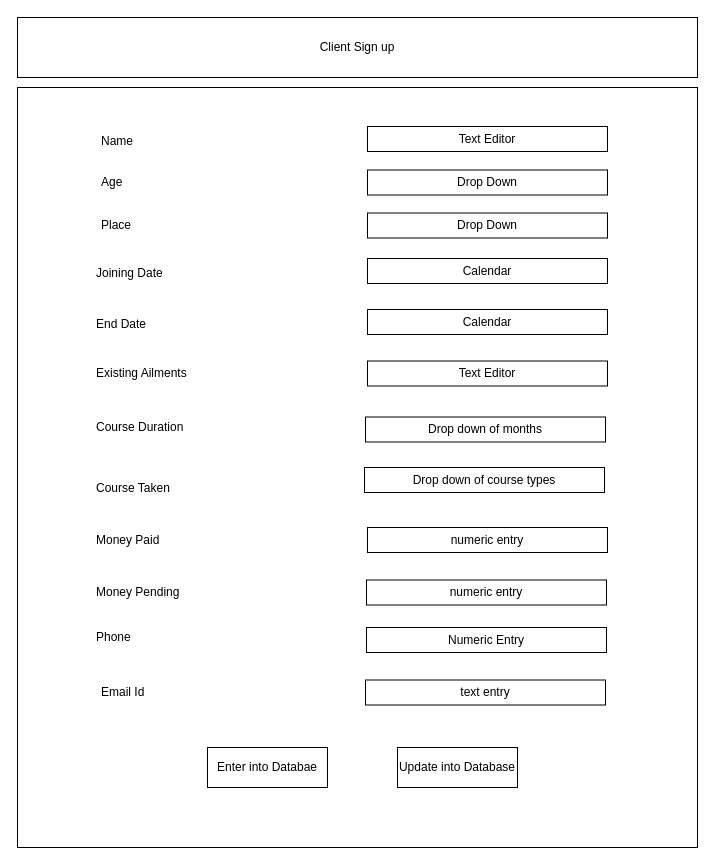
The draw.io diagram ClientEntry.drawio in codepks/YogaAttendanceApp, before the edit. Source tidied: cells renumbered, new cells numbered last; positions are measured from the earlier drawing's top-left corner, leaving out a move shared by most shapes. Both pictures are drawn from the tidied source at 100%, with x=0, y=0 at pixel (17, 17).
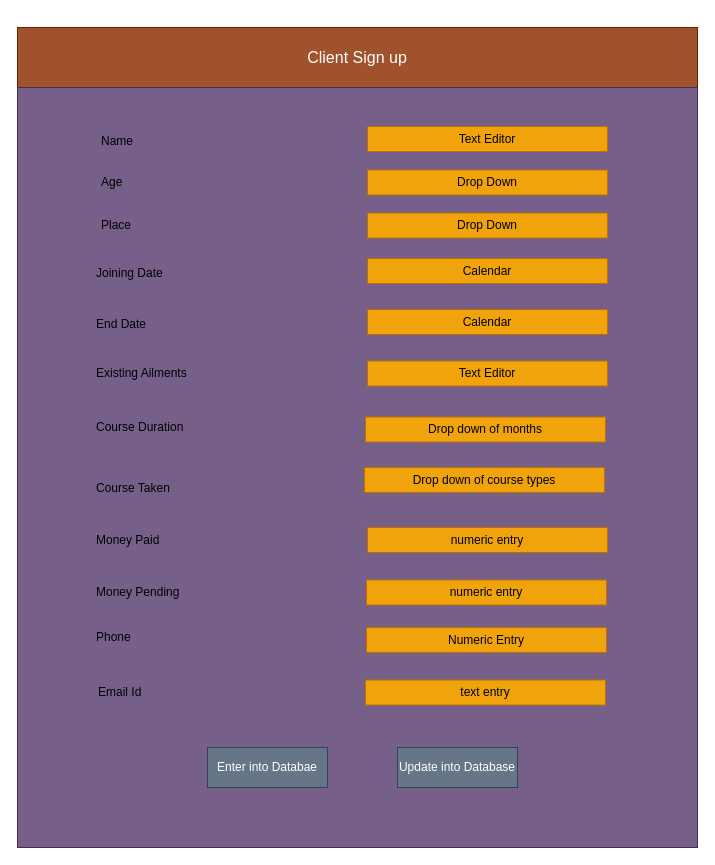
After the change.

What changed in the source:
```diff
@@
-    <mxCell id="2" value="Client Sign up" style="rounded=0;whiteSpace=wrap;html=1;" parent="1" vertex="1">
-      <mxGeometry width="680" height="60" as="geometry" />
+    <mxCell id="2" value="&lt;font style=&quot;font-size: 16px;&quot;&gt;Client Sign up&lt;/font&gt;" style="rounded=0;whiteSpace=wrap;html=1;fillColor=#a0522d;fontColor=#ffffff;strokeColor=#6D1F00;" parent="1" vertex="1">
+      <mxGeometry y="10" width="680" height="60" as="geometry" />
     </mxCell>
-    <mxCell id="3" style="rounded=0;whiteSpace=wrap;html=1;" parent="1" vertex="1">
+    <mxCell id="3" style="rounded=0;whiteSpace=wrap;html=1;fillColor=#76608a;fontColor=#ffffff;strokeColor=#432D57;" parent="1" vertex="1">
       <mxGeometry y="70" width="680" height="760" as="geometry" />
     </mxCell>
@@
-    <mxCell id="14" value="Text Editor" style="rounded=0;whiteSpace=wrap;html=1;" parent="1" vertex="1">
+    <mxCell id="14" value="Text Editor" style="rounded=0;whiteSpace=wrap;html=1;fillColor=#f0a30a;fontColor=#000000;strokeColor=#BD7000;" parent="1" vertex="1">
       <mxGeometry x="350" y="109" width="240" height="25" as="geometry" />
     </mxCell>
-    <mxCell id="15" value="Drop Down" style="rounded=0;whiteSpace=wrap;html=1;" parent="1" vertex="1">
+    <mxCell id="15" value="Drop Down" style="rounded=0;whiteSpace=wrap;html=1;fillColor=#f0a30a;fontColor=#000000;strokeColor=#BD7000;" parent="1" vertex="1">
       <mxGeometry x="350" y="195.5" width="240" height="25" as="geometry" />
     </mxCell>
-    <mxCell id="16" value="Drop Down" style="rounded=0;whiteSpace=wrap;html=1;" parent="1" vertex="1">
+    <mxCell id="16" value="Drop Down" style="rounded=0;whiteSpace=wrap;html=1;fillColor=#f0a30a;fontColor=#000000;strokeColor=#BD7000;" parent="1" vertex="1">
       <mxGeometry x="350" y="152.5" width="240" height="25" as="geometry" />
     </mxCell>
-    <mxCell id="17" value="Calendar" style="rounded=0;whiteSpace=wrap;html=1;" parent="1" vertex="1">
+    <mxCell id="17" value="Calendar" style="rounded=0;whiteSpace=wrap;html=1;fillColor=#f0a30a;fontColor=#000000;strokeColor=#BD7000;" parent="1" vertex="1">
       <mxGeometry x="350" y="241" width="240" height="25" as="geometry" />
     </mxCell>
-    <mxCell id="18" value="Calendar" style="rounded=0;whiteSpace=wrap;html=1;" parent="1" vertex="1">
+    <mxCell id="18" value="Calendar" style="rounded=0;whiteSpace=wrap;html=1;fillColor=#f0a30a;fontColor=#000000;strokeColor=#BD7000;" parent="1" vertex="1">
       <mxGeometry x="350" y="292" width="240" height="25" as="geometry" />
     </mxCell>
-    <mxCell id="19" value="Text Editor" style="rounded=0;whiteSpace=wrap;html=1;" parent="1" vertex="1">
+    <mxCell id="19" value="Text Editor" style="rounded=0;whiteSpace=wrap;html=1;fillColor=#f0a30a;fontColor=#000000;strokeColor=#BD7000;" parent="1" vertex="1">
       <mxGeometry x="350" y="343.5" width="240" height="25" as="geometry" />
     </mxCell>
-    <mxCell id="20" value="Drop down of months" style="rounded=0;whiteSpace=wrap;html=1;" parent="1" vertex="1">
+    <mxCell id="20" value="Drop down of months" style="rounded=0;whiteSpace=wrap;html=1;fillColor=#f0a30a;fontColor=#000000;strokeColor=#BD7000;" parent="1" vertex="1">
       <mxGeometry x="348" y="399.5" width="240" height="25" as="geometry" />
     </mxCell>
-    <mxCell id="21" value="Drop down of course types" style="rounded=0;whiteSpace=wrap;html=1;" parent="1" vertex="1">
+    <mxCell id="21" value="Drop down of course types" style="rounded=0;whiteSpace=wrap;html=1;fillColor=#f0a30a;fontColor=#000000;strokeColor=#BD7000;" parent="1" vertex="1">
       <mxGeometry x="347" y="450" width="240" height="25" as="geometry" />
     </mxCell>
-    <mxCell id="22" value="numeric entry" style="rounded=0;whiteSpace=wrap;html=1;" parent="1" vertex="1">
+    <mxCell id="22" value="numeric entry" style="rounded=0;whiteSpace=wrap;html=1;fillColor=#f0a30a;fontColor=#000000;strokeColor=#BD7000;" parent="1" vertex="1">
       <mxGeometry x="350" y="510" width="240" height="25" as="geometry" />
     </mxCell>
-    <mxCell id="23" value="numeric entry" style="rounded=0;whiteSpace=wrap;html=1;" parent="1" vertex="1">
+    <mxCell id="23" value="numeric entry" style="rounded=0;whiteSpace=wrap;html=1;fillColor=#f0a30a;fontColor=#000000;strokeColor=#BD7000;" parent="1" vertex="1">
       <mxGeometry x="349" y="562.5" width="240" height="25" as="geometry" />
     </mxCell>
-    <mxCell id="24" value="Enter into Databae" style="rounded=0;whiteSpace=wrap;html=1;" parent="1" vertex="1">
+    <mxCell id="24" value="Enter into Databae" style="rounded=0;whiteSpace=wrap;html=1;fillColor=#647687;fontColor=#ffffff;strokeColor=#314354;" parent="1" vertex="1">
       <mxGeometry x="190" y="730" width="120" height="40" as="geometry" />
     </mxCell>
-    <mxCell id="25" value="Update into Database" style="rounded=0;whiteSpace=wrap;html=1;" parent="1" vertex="1">
+    <mxCell id="25" value="Update into Database" style="rounded=0;whiteSpace=wrap;html=1;fillColor=#647687;fontColor=#ffffff;strokeColor=#314354;" parent="1" vertex="1">
       <mxGeometry x="380" y="730" width="120" height="40" as="geometry" />
     </mxCell>
@@
     <mxCell id="27" value="Email Id" style="text;html=1;align=left;verticalAlign=middle;whiteSpace=wrap;rounded=0;" parent="1" vertex="1">
-      <mxGeometry x="82" y="660" width="100" height="30" as="geometry" />
+      <mxGeometry x="79" y="660" width="100" height="30" as="geometry" />
     </mxCell>
-    <mxCell id="28" value="Numeric Entry" style="rounded=0;whiteSpace=wrap;html=1;" parent="1" vertex="1">
+    <mxCell id="28" value="Numeric Entry" style="rounded=0;whiteSpace=wrap;html=1;fillColor=#f0a30a;fontColor=#000000;strokeColor=#BD7000;" parent="1" vertex="1">
       <mxGeometry x="349" y="610" width="240" height="25" as="geometry" />
     </mxCell>
-    <mxCell id="29" value="text entry" style="rounded=0;whiteSpace=wrap;html=1;" parent="1" vertex="1">
+    <mxCell id="29" value="text entry" style="rounded=0;whiteSpace=wrap;html=1;fillColor=#f0a30a;fontColor=#000000;strokeColor=#BD7000;" parent="1" vertex="1">
       <mxGeometry x="348" y="662.5" width="240" height="25" as="geometry" />
     </mxCell>
```
